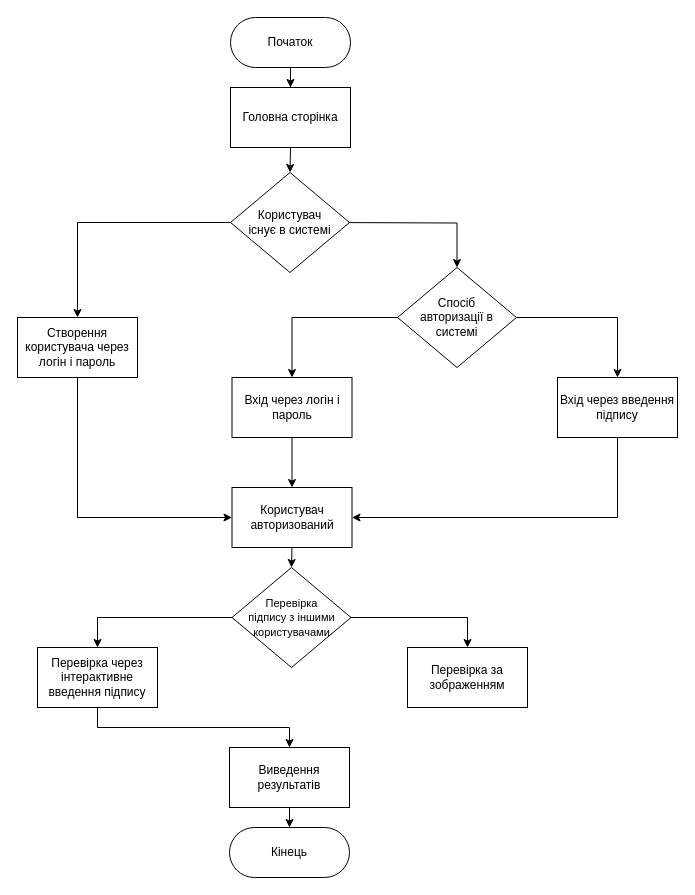
Above: user_scenario.drawio in Pavlo-Olshansky/Python (draw.io), before the change. Source tidied: cells renumbered, new cells numbered last; positions are measured from the earlier drawing's top-left corner, leaving out a move shared by most shapes. Both pictures are drawn from the tidied source at 100%, with x=0, y=0 at pixel (17, 17).
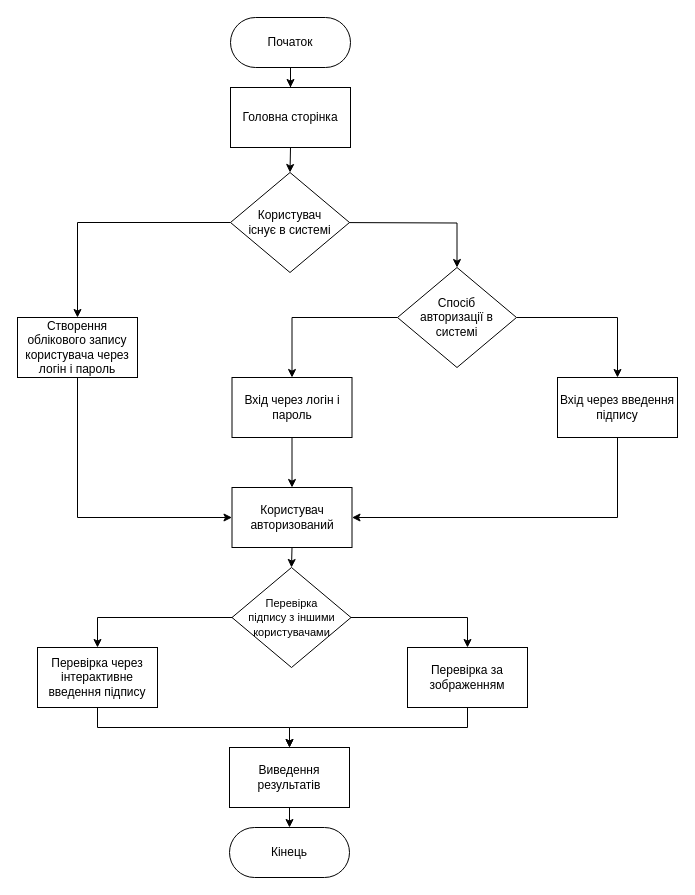
The same diagram, later.

The change refers to these unchanged cells:
```xml
<mxCell id="13" value="Виведення результатів" style="rounded=0;whiteSpace=wrap;html=1;" parent="1" vertex="1">
  <mxGeometry x="212" y="730" width="120" height="60" as="geometry" />
</mxCell>
<mxCell id="14" value="Перевірка за зображенням" style="rounded=0;whiteSpace=wrap;html=1;" parent="1" vertex="1">
  <mxGeometry x="390" y="630" width="120" height="60" as="geometry" />
</mxCell>
```

Change to the diagram source:
```diff
@@
-    <mxCell id="9" value="Створення користувача через логін і пароль" style="rounded=0;whiteSpace=wrap;html=1;" parent="1" vertex="1">
+    <mxCell id="9" value="Створення облікового запису користувача через логін і пароль" style="rounded=0;whiteSpace=wrap;html=1;" parent="1" vertex="1">
       <mxGeometry y="300" width="120" height="60" as="geometry" />
     </mxCell>
@@
+    <mxCell id="29" style="edgeStyle=orthogonalEdgeStyle;rounded=0;jettySize=auto;html=1;exitX=0.5;exitY=1;exitDx=0;exitDy=0;entryX=0.5;entryY=0;entryDx=0;entryDy=0;" parent="1" edge="1" source="14" target="13">
+      <mxGeometry relative="1" as="geometry" />
+    </mxCell>
```
